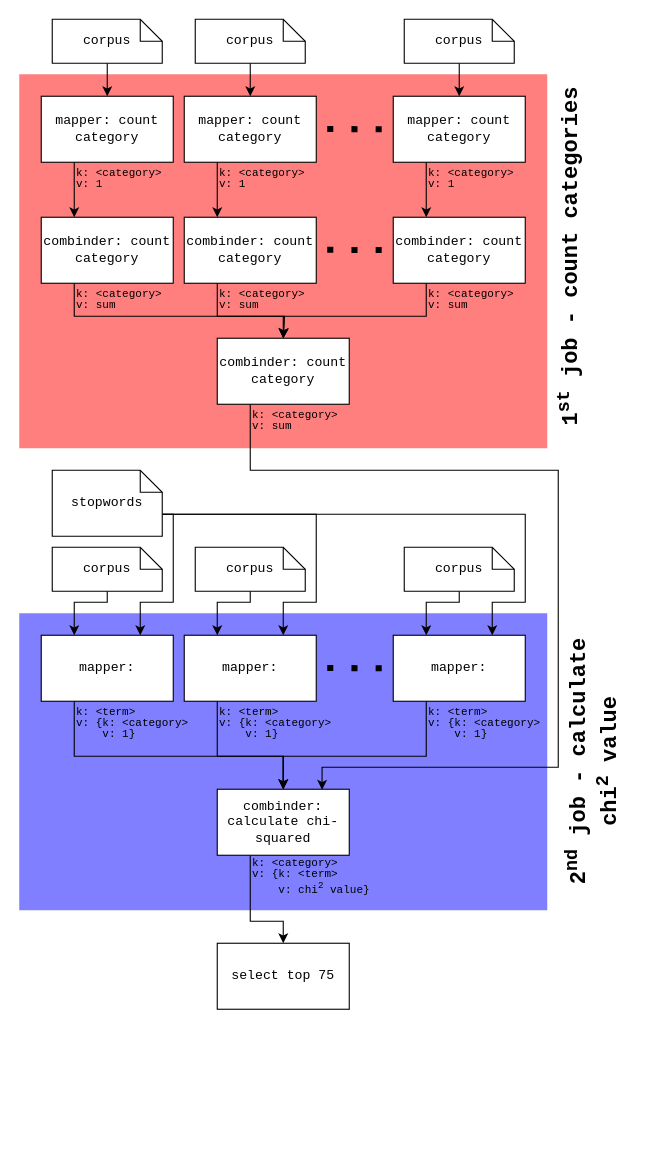
Before: exercise1/figures/jobs.drawio in mah-luke/data_intensive_computing, a draw.io diagram. Source tidied: cells renumbered, new cells numbered last; positions are measured from the earlier drawing's top-left corner, leaving out a move shared by most shapes. Both pictures are drawn from the tidied source at 110%, with x=0, y=0 at pixel (19, 19).
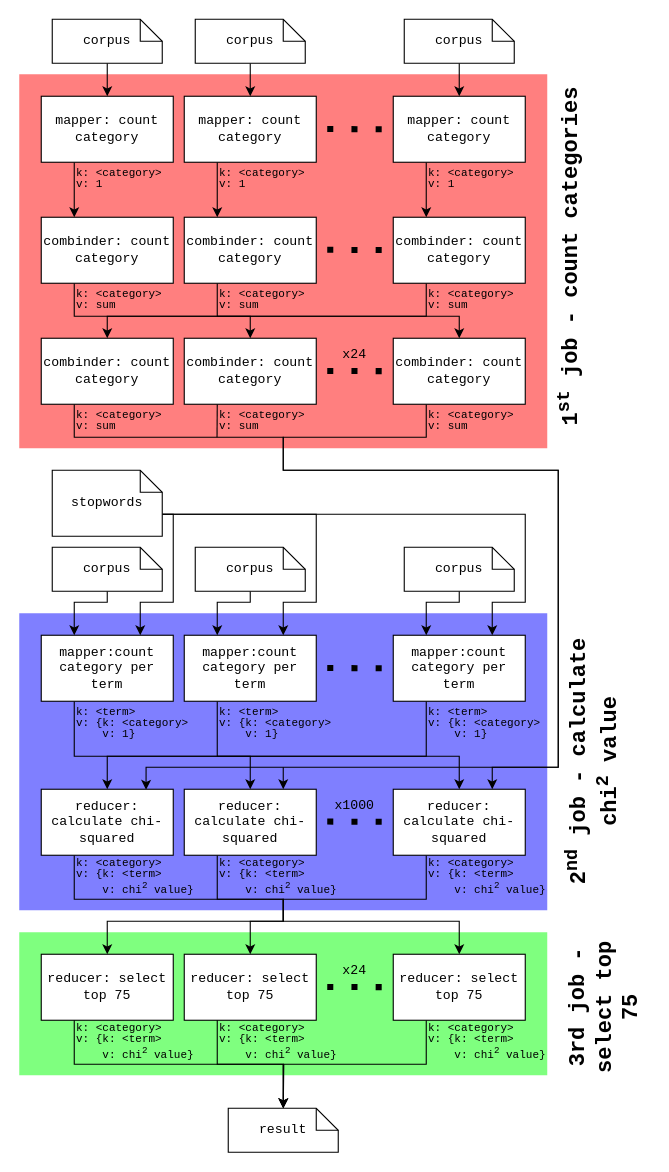
The same page after the edit.

Commit message (it also covers changes not shown here):
update figure and conclusion

The change refers to these unchanged cells:
```xml
<mxCell id="13" value="combinder: count category" style="rounded=0;whiteSpace=wrap;html=1;fontFamily=Courier New;" parent="1" vertex="1">
  <mxGeometry x="20" y="180" width="120" height="60" as="geometry" />
</mxCell>
<mxCell id="15" value="combinder: count category" style="rounded=0;whiteSpace=wrap;html=1;fontFamily=Courier New;" parent="1" vertex="1">
  <mxGeometry x="150" y="180" width="120" height="60" as="geometry" />
</mxCell>
<mxCell id="21" value="combinder: count category" style="rounded=0;whiteSpace=wrap;html=1;fontFamily=Courier New;" parent="1" vertex="1">
  <mxGeometry x="340" y="180" width="120" height="60" as="geometry" />
</mxCell>
```

What changed in the source:
```diff
@@
+    <mxCell id="59" style="rounded=0;whiteSpace=wrap;html=1;labelBackgroundColor=none;fontColor=default;labelBorderColor=none;textOpacity=50;fillColor=#00FF00;strokeColor=none;opacity=50;direction=east;" parent="1" vertex="1">
+      <mxGeometry y="830" width="480" height="130" as="geometry" />
+    </mxCell>
@@
-    <mxCell id="12" style="edgeStyle=orthogonalEdgeStyle;rounded=0;jettySize=auto;html=1;exitX=0.25;exitY=1;exitDx=0;exitDy=0;entryX=0.5;entryY=0;entryDx=0;entryDy=0;endArrow=classic;endFill=1;fontFamily=Courier New;" parent="1" edge="1" source="13" target="17">
-      <mxGeometry relative="1" as="geometry">
-        <Array as="points">
-          <mxPoint x="50" y="270" />
-          <mxPoint x="240" y="270" />
-        </Array>
-      </mxGeometry>
-    </mxCell>
+    <mxCell id="60" style="edgeStyle=orthogonalEdgeStyle;rounded=0;jettySize=auto;html=1;exitX=0.25;exitY=1;exitDx=0;exitDy=0;entryX=0.5;entryY=0;entryDx=0;entryDy=0;" parent="1" edge="1" source="13" target="63">
+      <mxGeometry relative="1" as="geometry">
+        <Array as="points">
+          <mxPoint x="50" y="270" />
+          <mxPoint x="210" y="270" />
+        </Array>
+      </mxGeometry>
+    </mxCell>
@@
-    <mxCell id="14" style="edgeStyle=orthogonalEdgeStyle;rounded=0;jettySize=auto;html=1;exitX=0.25;exitY=1;exitDx=0;exitDy=0;endArrow=classic;endFill=1;fontFamily=Courier New;" parent="1" edge="1" source="15">
+    <mxCell id="14" style="edgeStyle=orthogonalEdgeStyle;rounded=0;jettySize=auto;html=1;exitX=0.25;exitY=1;exitDx=0;exitDy=0;endArrow=classic;endFill=1;fontFamily=Courier New;entryX=0.5;entryY=0;entryDx=0;entryDy=0;" parent="1" edge="1" source="15" target="65">
       <mxGeometry relative="1" as="geometry">
-        <mxPoint x="240" y="290" as="targetPoint" />
         <Array as="points">
           <mxPoint x="180" y="270" />
-          <mxPoint x="241" y="270" />
-          <mxPoint x="241" y="290" />
+          <mxPoint x="400" y="270" />
         </Array>
       </mxGeometry>
     </mxCell>
@@
     <mxCell id="16" style="edgeStyle=orthogonalEdgeStyle;rounded=0;jettySize=auto;html=1;exitX=0.25;exitY=1;exitDx=0;exitDy=0;entryX=0.794;entryY=0.008;entryDx=0;entryDy=0;entryPerimeter=0;fontFamily=Courier New;" parent="1" edge="1" source="17" target="41">
       <mxGeometry relative="1" as="geometry">
         <Array as="points">
-          <mxPoint x="210" y="410" />
+          <mxPoint x="50" y="380" />
+          <mxPoint x="240" y="380" />
+          <mxPoint x="240" y="410" />
           <mxPoint x="490" y="410" />
           <mxPoint x="490" y="680" />
-          <mxPoint x="275" y="680" />
+          <mxPoint x="115" y="680" />
         </Array>
       </mxGeometry>
     </mxCell>
     <mxCell id="17" value="combinder: count category" style="rounded=0;whiteSpace=wrap;html=1;fontFamily=Courier New;" parent="1" vertex="1">
-      <mxGeometry x="180" y="290" width="120" height="60" as="geometry" />
+      <mxGeometry x="20" y="290" width="120" height="60" as="geometry" />
     </mxCell>
@@
-    <mxCell id="20" style="edgeStyle=orthogonalEdgeStyle;rounded=0;jettySize=auto;html=1;exitX=0.25;exitY=1;exitDx=0;exitDy=0;endArrow=classic;endFill=1;fontFamily=Courier New;" parent="1" edge="1" source="21">
-      <mxGeometry relative="1" as="geometry">
-        <mxPoint x="240" y="290" as="targetPoint" />
-        <Array as="points">
-          <mxPoint x="370" y="270" />
-          <mxPoint x="241" y="270" />
-          <mxPoint x="241" y="290" />
-        </Array>
-      </mxGeometry>
-    </mxCell>
+    <mxCell id="61" style="edgeStyle=orthogonalEdgeStyle;rounded=0;jettySize=auto;html=1;exitX=0.25;exitY=1;exitDx=0;exitDy=0;entryX=0.5;entryY=0;entryDx=0;entryDy=0;" parent="1" edge="1" source="21" target="17">
+      <mxGeometry relative="1" as="geometry">
+        <Array as="points">
+          <mxPoint x="370" y="270" />
+          <mxPoint x="80" y="270" />
+        </Array>
+      </mxGeometry>
+    </mxCell>
@@
     <mxCell id="26" value="&lt;div style=&quot;line-height: 100%; font-size: 10px;&quot;&gt;&lt;font style=&quot;font-size: 10px;&quot;&gt;k: &amp;lt;category&amp;gt;&lt;br&gt;v: sum&lt;br&gt;&lt;/font&gt;&lt;/div&gt;" style="text;html=1;align=left;verticalAlign=middle;strokeColor=none;fillColor=none;fontFamily=Courier New;" parent="1" vertex="1">
-      <mxGeometry x="210" y="350" width="100" height="30" as="geometry" />
+      <mxGeometry x="180" y="350" width="100" height="30" as="geometry" />
     </mxCell>
@@
-    <mxCell id="33" style="edgeStyle=orthogonalEdgeStyle;rounded=0;jettySize=auto;html=1;exitX=0.25;exitY=1;exitDx=0;exitDy=0;entryX=0.5;entryY=0;entryDx=0;entryDy=0;fontFamily=Courier New;" parent="1" edge="1" source="34" target="41">
+    <mxCell id="33" style="edgeStyle=orthogonalEdgeStyle;rounded=0;jettySize=auto;html=1;exitX=0.25;exitY=1;exitDx=0;exitDy=0;fontFamily=Courier New;entryX=0.5;entryY=0;entryDx=0;entryDy=0;" parent="1" edge="1" source="34" target="68">
       <mxGeometry relative="1" as="geometry">
         <Array as="points">
           <mxPoint x="50" y="670" />
-          <mxPoint x="240" y="670" />
+          <mxPoint x="210" y="670" />
         </Array>
       </mxGeometry>
     </mxCell>
-    <mxCell id="34" value="mapper: " style="rounded=0;whiteSpace=wrap;html=1;fontFamily=Courier New;" parent="1" vertex="1">
+    <mxCell id="34" value="mapper:count category per term" style="rounded=0;whiteSpace=wrap;html=1;fontFamily=Courier New;" parent="1" vertex="1">
       <mxGeometry x="20" y="560" width="120" height="60" as="geometry" />
     </mxCell>
-    <mxCell id="35" style="edgeStyle=orthogonalEdgeStyle;rounded=0;jettySize=auto;html=1;exitX=0.25;exitY=1;exitDx=0;exitDy=0;entryX=0.5;entryY=0;entryDx=0;entryDy=0;fontFamily=Courier New;" parent="1" edge="1" source="36" target="41">
+    <mxCell id="35" style="edgeStyle=orthogonalEdgeStyle;rounded=0;jettySize=auto;html=1;exitX=0.25;exitY=1;exitDx=0;exitDy=0;fontFamily=Courier New;entryX=0.5;entryY=0;entryDx=0;entryDy=0;" parent="1" edge="1" source="36" target="70">
       <mxGeometry relative="1" as="geometry">
         <Array as="points">
           <mxPoint x="180" y="670" />
-          <mxPoint x="240" y="670" />
+          <mxPoint x="400" y="670" />
         </Array>
       </mxGeometry>
     </mxCell>
-    <mxCell id="36" value="mapper: " style="rounded=0;whiteSpace=wrap;html=1;fontFamily=Courier New;" parent="1" vertex="1">
+    <mxCell id="36" value="mapper:count category per term" style="rounded=0;whiteSpace=wrap;html=1;fontFamily=Courier New;" parent="1" vertex="1">
       <mxGeometry x="150" y="560" width="120" height="60" as="geometry" />
     </mxCell>
     <mxCell id="37" style="edgeStyle=orthogonalEdgeStyle;rounded=0;jettySize=auto;html=1;exitX=0.25;exitY=1;exitDx=0;exitDy=0;entryX=0.5;entryY=0;entryDx=0;entryDy=0;fontFamily=Courier New;" parent="1" edge="1" source="38" target="41">
       <mxGeometry relative="1" as="geometry">
         <Array as="points">
           <mxPoint x="370" y="670" />
-          <mxPoint x="240" y="670" />
+          <mxPoint x="80" y="670" />
         </Array>
       </mxGeometry>
     </mxCell>
-    <mxCell id="38" value="mapper: " style="rounded=0;whiteSpace=wrap;html=1;fontFamily=Courier New;" parent="1" vertex="1">
+    <mxCell id="38" value="mapper:count category per term" style="rounded=0;whiteSpace=wrap;html=1;fontFamily=Courier New;" parent="1" vertex="1">
       <mxGeometry x="340" y="560" width="120" height="60" as="geometry" />
     </mxCell>
@@
-    <mxCell id="40" style="edgeStyle=orthogonalEdgeStyle;rounded=0;jettySize=auto;html=1;exitX=0.25;exitY=1;exitDx=0;exitDy=0;entryX=0.5;entryY=0;entryDx=0;entryDy=0;" parent="1" edge="1" source="41" target="55">
+    <mxCell id="40" style="edgeStyle=orthogonalEdgeStyle;rounded=0;jettySize=auto;html=1;exitX=0.25;exitY=1;exitDx=0;exitDy=0;entryX=0.5;entryY=0;entryDx=0;entryDy=0;" parent="1" edge="1" source="41" target="79">
       <mxGeometry relative="1" as="geometry">
         <Array as="points">
-          <mxPoint x="210" y="820" />
+          <mxPoint x="50" y="800" />
+          <mxPoint x="240" y="800" />
           <mxPoint x="240" y="820" />
+          <mxPoint x="400" y="820" />
         </Array>
       </mxGeometry>
     </mxCell>
-    <mxCell id="41" value="combinder: calculate chi-squared" style="rounded=0;whiteSpace=wrap;html=1;fontFamily=Courier New;" parent="1" vertex="1">
-      <mxGeometry x="180" y="700" width="120" height="60" as="geometry" />
+    <mxCell id="41" value="reducer: calculate chi-squared" style="rounded=0;whiteSpace=wrap;html=1;fontFamily=Courier New;" parent="1" vertex="1">
+      <mxGeometry x="20" y="700" width="120" height="60" as="geometry" />
     </mxCell>
@@
-    <mxCell id="55" value="select top 75" style="rounded=0;whiteSpace=wrap;html=1;fontFamily=Courier New;" parent="1" vertex="1">
-      <mxGeometry x="180" y="840" width="120" height="60" as="geometry" />
+    <mxCell id="55" value="reducer: select top 75" style="rounded=0;whiteSpace=wrap;html=1;fontFamily=Courier New;" parent="1" vertex="1">
+      <mxGeometry x="20" y="850" width="120" height="60" as="geometry" />
     </mxCell>
     <mxCell id="56" value="&lt;div align=&quot;left&quot; style=&quot;line-height: 100%; font-size: 10px;&quot;&gt;&lt;font style=&quot;font-size: 10px;&quot;&gt;k: &amp;lt;category&amp;gt;&lt;br&gt;v: {k: &amp;lt;term&amp;gt;&lt;br&gt;&amp;nbsp;&amp;nbsp;&amp;nbsp; v: chi&lt;sup&gt;2&lt;/sup&gt; value}&lt;br&gt;&lt;/font&gt;&lt;/div&gt;" style="text;html=1;align=left;verticalAlign=middle;strokeColor=none;fillColor=none;fontFamily=Courier New;" parent="1" vertex="1">
-      <mxGeometry x="210" y="755" width="130" height="50" as="geometry" />
+      <mxGeometry x="180" y="755" width="130" height="50" as="geometry" />
     </mxCell>
@@
+    <mxCell id="62" style="edgeStyle=orthogonalEdgeStyle;rounded=0;jettySize=auto;html=1;exitX=0.25;exitY=1;exitDx=0;exitDy=0;endArrow=none;endFill=0;" parent="1" edge="1" source="63">
+      <mxGeometry relative="1" as="geometry">
+        <mxPoint x="179.8" y="380" as="targetPoint" />
+      </mxGeometry>
+    </mxCell>
+    <mxCell id="63" value="combinder: count category" style="rounded=0;whiteSpace=wrap;html=1;fontFamily=Courier New;" parent="1" vertex="1">
+      <mxGeometry x="150" y="290" width="120" height="60" as="geometry" />
+    </mxCell>
+    <mxCell id="64" style="edgeStyle=orthogonalEdgeStyle;rounded=0;jettySize=auto;html=1;exitX=0.25;exitY=1;exitDx=0;exitDy=0;entryX=0.75;entryY=0;entryDx=0;entryDy=0;" parent="1" edge="1" source="65" target="70">
+      <mxGeometry relative="1" as="geometry">
+        <Array as="points">
+          <mxPoint x="370" y="380" />
+          <mxPoint x="240" y="380" />
+          <mxPoint x="240" y="410" />
+          <mxPoint x="490" y="410" />
+          <mxPoint x="490" y="680" />
+          <mxPoint x="430" y="680" />
+        </Array>
+      </mxGeometry>
+    </mxCell>
+    <mxCell id="65" value="combinder: count category" style="rounded=0;whiteSpace=wrap;html=1;fontFamily=Courier New;" parent="1" vertex="1">
+      <mxGeometry x="340" y="290" width="120" height="60" as="geometry" />
+    </mxCell>
+    <mxCell id="66" style="endArrow=none;dashed=1;html=1;dashPattern=1 3;strokeWidth=5.5;rounded=0;jumpSize=6;fontFamily=Courier New;" parent="1" edge="1">
+      <mxGeometry relative="1" as="geometry">
+        <mxPoint x="280" y="319.7" as="sourcePoint" />
+        <mxPoint x="330" y="319.9" as="targetPoint" />
+      </mxGeometry>
+    </mxCell>
+    <mxCell id="67" style="edgeStyle=orthogonalEdgeStyle;rounded=0;jettySize=auto;html=1;exitX=0.25;exitY=1;exitDx=0;exitDy=0;entryX=0.5;entryY=0;entryDx=0;entryDy=0;" parent="1" edge="1" source="68" target="77">
+      <mxGeometry relative="1" as="geometry">
+        <Array as="points">
+          <mxPoint x="180" y="800" />
+          <mxPoint x="240" y="800" />
+          <mxPoint x="240" y="820" />
+          <mxPoint x="210" y="820" />
+        </Array>
+      </mxGeometry>
+    </mxCell>
+    <mxCell id="68" value="reducer: calculate chi-squared" style="rounded=0;whiteSpace=wrap;html=1;fontFamily=Courier New;" parent="1" vertex="1">
+      <mxGeometry x="150" y="700" width="120" height="60" as="geometry" />
+    </mxCell>
+    <mxCell id="69" style="edgeStyle=orthogonalEdgeStyle;rounded=0;jettySize=auto;html=1;exitX=0.25;exitY=1;exitDx=0;exitDy=0;entryX=0.5;entryY=0;entryDx=0;entryDy=0;" parent="1" edge="1" source="70" target="55">
+      <mxGeometry relative="1" as="geometry">
+        <Array as="points">
+          <mxPoint x="370" y="800" />
+          <mxPoint x="240" y="800" />
+          <mxPoint x="240" y="820" />
+          <mxPoint x="80" y="820" />
+        </Array>
+      </mxGeometry>
+    </mxCell>
+    <mxCell id="70" value="reducer: calculate chi-squared" style="rounded=0;whiteSpace=wrap;html=1;fontFamily=Courier New;" parent="1" vertex="1">
+      <mxGeometry x="340" y="700" width="120" height="60" as="geometry" />
+    </mxCell>
+    <mxCell id="71" style="endArrow=classic;html=1;rounded=0;entryX=0.75;entryY=0;entryDx=0;entryDy=0;" parent="1" edge="1" target="68">
+      <mxGeometry relative="1" as="geometry">
+        <mxPoint x="240" y="680" as="sourcePoint" />
+      </mxGeometry>
+    </mxCell>
+    <mxCell id="72" style="endArrow=none;dashed=1;html=1;dashPattern=1 3;strokeWidth=5.5;rounded=0;jumpSize=6;fontFamily=Courier New;" parent="1" edge="1">
+      <mxGeometry relative="1" as="geometry">
+        <mxPoint x="280" y="729.4" as="sourcePoint" />
+        <mxPoint x="330" y="729.6" as="targetPoint" />
+      </mxGeometry>
+    </mxCell>
+    <mxCell id="73" value="&lt;div align=&quot;left&quot; style=&quot;line-height: 100%; font-size: 10px;&quot;&gt;&lt;font style=&quot;font-size: 10px;&quot;&gt;k: &amp;lt;category&amp;gt;&lt;br&gt;v: {k: &amp;lt;term&amp;gt;&lt;br&gt;&amp;nbsp;&amp;nbsp;&amp;nbsp; v: chi&lt;sup&gt;2&lt;/sup&gt; value}&lt;br&gt;&lt;/font&gt;&lt;/div&gt;" style="text;html=1;align=left;verticalAlign=middle;strokeColor=none;fillColor=none;fontFamily=Courier New;" parent="1" vertex="1">
+      <mxGeometry x="50" y="755" width="130" height="50" as="geometry" />
+    </mxCell>
+    <mxCell id="74" value="&lt;div align=&quot;left&quot; style=&quot;line-height: 100%; font-size: 10px;&quot;&gt;&lt;font style=&quot;font-size: 10px;&quot;&gt;k: &amp;lt;category&amp;gt;&lt;br&gt;v: {k: &amp;lt;term&amp;gt;&lt;br&gt;&amp;nbsp;&amp;nbsp;&amp;nbsp; v: chi&lt;sup&gt;2&lt;/sup&gt; value}&lt;br&gt;&lt;/font&gt;&lt;/div&gt;" style="text;html=1;align=left;verticalAlign=middle;strokeColor=none;fillColor=none;fontFamily=Courier New;" parent="1" vertex="1">
+      <mxGeometry x="370" y="755" width="130" height="50" as="geometry" />
+    </mxCell>
+    <mxCell id="75" value="&lt;div style=&quot;line-height: 100%; font-size: 10px;&quot;&gt;&lt;font style=&quot;font-size: 10px;&quot;&gt;k: &amp;lt;category&amp;gt;&lt;br&gt;v: sum&lt;br&gt;&lt;/font&gt;&lt;/div&gt;" style="text;html=1;align=left;verticalAlign=middle;strokeColor=none;fillColor=none;fontFamily=Courier New;" parent="1" vertex="1">
+      <mxGeometry x="50" y="350" width="100" height="30" as="geometry" />
+    </mxCell>
+    <mxCell id="76" value="&lt;div style=&quot;line-height: 100%; font-size: 10px;&quot;&gt;&lt;font style=&quot;font-size: 10px;&quot;&gt;k: &amp;lt;category&amp;gt;&lt;br&gt;v: sum&lt;br&gt;&lt;/font&gt;&lt;/div&gt;" style="text;html=1;align=left;verticalAlign=middle;strokeColor=none;fillColor=none;fontFamily=Courier New;" parent="1" vertex="1">
+      <mxGeometry x="370" y="350" width="100" height="30" as="geometry" />
+    </mxCell>
+    <mxCell id="77" value="reducer: select top 75" style="rounded=0;whiteSpace=wrap;html=1;fontFamily=Courier New;" parent="1" vertex="1">
+      <mxGeometry x="150" y="850" width="120" height="60" as="geometry" />
+    </mxCell>
+    <mxCell id="78" style="edgeStyle=orthogonalEdgeStyle;rounded=0;jettySize=auto;html=1;exitX=0.25;exitY=1;exitDx=0;exitDy=0;" parent="1" edge="1" source="79">
+      <mxGeometry relative="1" as="geometry">
+        <mxPoint x="240" y="990" as="targetPoint" />
+      </mxGeometry>
+    </mxCell>
+    <mxCell id="79" value="reducer: select top 75" style="rounded=0;whiteSpace=wrap;html=1;fontFamily=Courier New;" parent="1" vertex="1">
+      <mxGeometry x="340" y="850" width="120" height="60" as="geometry" />
+    </mxCell>
+    <mxCell id="80" style="endArrow=none;dashed=1;html=1;dashPattern=1 3;strokeWidth=5.5;rounded=0;jumpSize=6;fontFamily=Courier New;" parent="1" edge="1">
+      <mxGeometry relative="1" as="geometry">
+        <mxPoint x="280" y="879.7" as="sourcePoint" />
+        <mxPoint x="330" y="879.9" as="targetPoint" />
+      </mxGeometry>
+    </mxCell>
+    <mxCell id="81" value="&lt;div align=&quot;left&quot; style=&quot;line-height: 100%; font-size: 10px;&quot;&gt;&lt;font style=&quot;font-size: 10px;&quot;&gt;k: &amp;lt;category&amp;gt;&lt;br&gt;v: {k: &amp;lt;term&amp;gt;&lt;br&gt;&amp;nbsp;&amp;nbsp;&amp;nbsp; v: chi&lt;sup&gt;2&lt;/sup&gt; value}&lt;br&gt;&lt;/font&gt;&lt;/div&gt;" style="text;html=1;align=left;verticalAlign=middle;strokeColor=none;fillColor=none;fontFamily=Courier New;" parent="1" vertex="1">
+      <mxGeometry x="50" y="905" width="130" height="50" as="geometry" />
+    </mxCell>
+    <mxCell id="82" value="result" style="shape=note;size=20;whiteSpace=wrap;html=1;fontFamily=Courier New;" parent="1" vertex="1">
+      <mxGeometry x="190" y="990" width="100" height="40" as="geometry" />
+    </mxCell>
+    <mxCell id="83" style="edgeStyle=orthogonalEdgeStyle;rounded=0;jettySize=auto;html=1;exitX=0.25;exitY=1;exitDx=0;exitDy=0;entryX=0.5;entryY=0;entryDx=0;entryDy=0;entryPerimeter=0;" parent="1" edge="1" source="55" target="82">
+      <mxGeometry relative="1" as="geometry" />
+    </mxCell>
+    <mxCell id="84" style="edgeStyle=orthogonalEdgeStyle;rounded=0;jettySize=auto;html=1;exitX=0.25;exitY=1;exitDx=0;exitDy=0;entryX=0.5;entryY=0;entryDx=0;entryDy=0;entryPerimeter=0;" parent="1" edge="1" source="77" target="82">
+      <mxGeometry relative="1" as="geometry" />
+    </mxCell>
+    <mxCell id="85" value="&lt;div align=&quot;left&quot; style=&quot;line-height: 100%; font-size: 10px;&quot;&gt;&lt;font style=&quot;font-size: 10px;&quot;&gt;k: &amp;lt;category&amp;gt;&lt;br&gt;v: {k: &amp;lt;term&amp;gt;&lt;br&gt;&amp;nbsp;&amp;nbsp;&amp;nbsp; v: chi&lt;sup&gt;2&lt;/sup&gt; value}&lt;br&gt;&lt;/font&gt;&lt;/div&gt;" style="text;html=1;align=left;verticalAlign=middle;strokeColor=none;fillColor=none;fontFamily=Courier New;" parent="1" vertex="1">
+      <mxGeometry x="180" y="905" width="130" height="50" as="geometry" />
+    </mxCell>
+    <mxCell id="86" value="&lt;div align=&quot;left&quot; style=&quot;line-height: 100%; font-size: 10px;&quot;&gt;&lt;font style=&quot;font-size: 10px;&quot;&gt;k: &amp;lt;category&amp;gt;&lt;br&gt;v: {k: &amp;lt;term&amp;gt;&lt;br&gt;&amp;nbsp;&amp;nbsp;&amp;nbsp; v: chi&lt;sup&gt;2&lt;/sup&gt; value}&lt;br&gt;&lt;/font&gt;&lt;/div&gt;" style="text;html=1;align=left;verticalAlign=middle;strokeColor=none;fillColor=none;fontFamily=Courier New;" parent="1" vertex="1">
+      <mxGeometry x="370" y="905" width="130" height="50" as="geometry" />
+    </mxCell>
+    <mxCell id="87" value="&lt;b&gt;&lt;font face=&quot;Courier New&quot; style=&quot;font-size: 20px;&quot;&gt;3rd job - select top 75&lt;br&gt;&lt;/font&gt;&lt;/b&gt;" style="text;html=1;align=center;verticalAlign=middle;whiteSpace=wrap;rounded=0;rotation=270;" parent="1" vertex="1">
+      <mxGeometry x="465.3" y="857.2" width="133.8" height="81.9" as="geometry" />
+    </mxCell>
+    <mxCell id="88" value="x24" style="text;html=1;align=center;verticalAlign=middle;whiteSpace=wrap;rounded=0;fontFamily=Courier New;" parent="1" vertex="1">
+      <mxGeometry x="270" y="850" width="70" height="30" as="geometry" />
+    </mxCell>
+    <mxCell id="89" value="x1000" style="text;html=1;align=center;verticalAlign=middle;whiteSpace=wrap;rounded=0;fontFamily=Courier New;" parent="1" vertex="1">
+      <mxGeometry x="270" y="700" width="70" height="30" as="geometry" />
+    </mxCell>
+    <mxCell id="90" value="x24" style="text;html=1;align=center;verticalAlign=middle;whiteSpace=wrap;rounded=0;fontFamily=Courier New;" parent="1" vertex="1">
+      <mxGeometry x="270" y="290" width="70" height="30" as="geometry" />
+    </mxCell>
```
